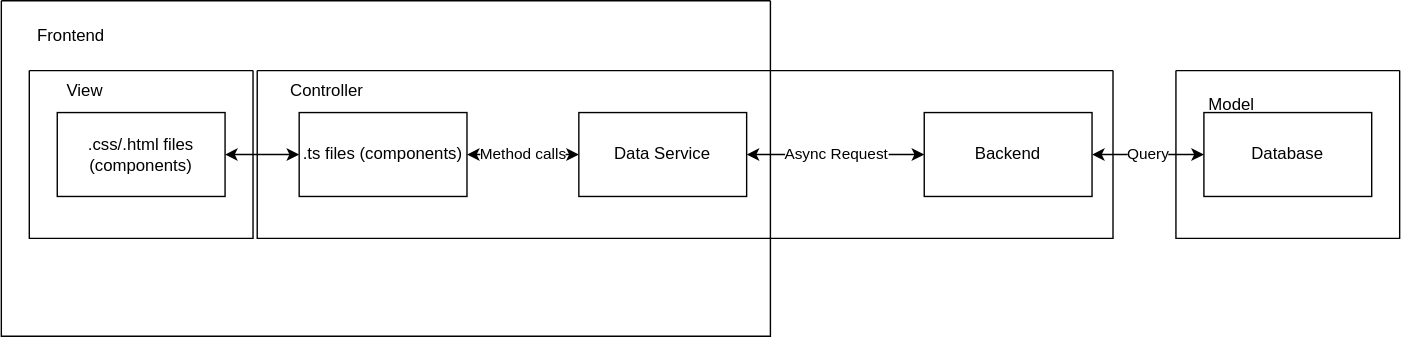
Before: MVC_STRUCTURE.drawio.svg, a diagram exported from draw.io (willizielke/FitnessWebAppDocumentation). Source tidied: cells renumbered, new cells last; positions are measured from the earlier drawing's top-left corner, leaving out a move shared by most shapes. The source it was exported from:
```xml
<mxGraphModel>
  <root>
    <mxCell id="0" />
    <mxCell id="1" parent="0" />
    <mxCell id="2" style="swimlane;startSize=0;" parent="1" vertex="1">
      <mxGeometry width="550" height="240" as="geometry" />
    </mxCell>
    <mxCell id="3" style="swimlane;startSize=0;" parent="2" vertex="1">
      <mxGeometry x="20" y="50" width="160" height="120" as="geometry" />
    </mxCell>
    <mxCell id="4" value=".css/.html files (components)" style="rounded=0;whiteSpace=wrap;html=1;" parent="3" vertex="1">
      <mxGeometry x="20" y="30" width="120" height="60" as="geometry" />
    </mxCell>
    <mxCell id="5" value="View" style="text;html=1;strokeColor=none;fillColor=none;align=center;verticalAlign=middle;whiteSpace=wrap;rounded=0;" parent="3" vertex="1">
      <mxGeometry x="10" width="60" height="30" as="geometry" />
    </mxCell>
    <mxCell id="6" style="swimlane;startSize=0;" parent="2" vertex="1">
      <mxGeometry x="183" y="50" width="612" height="120" as="geometry" />
    </mxCell>
    <mxCell id="7" value=".ts files (components)" style="rounded=0;whiteSpace=wrap;html=1;" parent="6" vertex="1">
      <mxGeometry x="30" y="30" width="120" height="60" as="geometry" />
    </mxCell>
    <mxCell id="8" value="Data Service" style="rounded=0;whiteSpace=wrap;html=1;" parent="6" vertex="1">
      <mxGeometry x="230" y="30" width="120" height="60" as="geometry" />
    </mxCell>
    <mxCell id="9" value="Controller" style="text;html=1;strokeColor=none;fillColor=none;align=center;verticalAlign=middle;whiteSpace=wrap;rounded=0;" parent="6" vertex="1">
      <mxGeometry x="20" width="60" height="30" as="geometry" />
    </mxCell>
    <mxCell id="10" value="Method calls" style="endArrow=classic;startArrow=classic;html=1;rounded=0;exitX=1;exitY=0.5;exitDx=0;exitDy=0;entryX=0;entryY=0.5;entryDx=0;entryDy=0;" parent="6" edge="1" source="7" target="8">
      <mxGeometry relative="1" as="geometry" />
    </mxCell>
    <mxCell id="11" value="Frontend" style="text;html=1;strokeColor=none;fillColor=none;align=center;verticalAlign=middle;whiteSpace=wrap;rounded=0;" parent="2" vertex="1">
      <mxGeometry x="20" y="10" width="60" height="30" as="geometry" />
    </mxCell>
    <mxCell id="12" style="endArrow=classic;startArrow=classic;html=1;rounded=0;exitX=1;exitY=0.5;exitDx=0;exitDy=0;entryX=0;entryY=0.5;entryDx=0;entryDy=0;" parent="2" edge="1" source="4" target="7">
      <mxGeometry relative="1" as="geometry" />
    </mxCell>
    <mxCell id="13" value="Backend" style="rounded=0;whiteSpace=wrap;html=1;" parent="1" vertex="1">
      <mxGeometry x="660" y="80" width="120" height="60" as="geometry" />
    </mxCell>
    <mxCell id="14" value="Database" style="rounded=0;whiteSpace=wrap;html=1;" parent="1" vertex="1">
      <mxGeometry x="860" y="80" width="120" height="60" as="geometry" />
    </mxCell>
    <mxCell id="15" value="Async Request" style="endArrow=classic;startArrow=classic;html=1;rounded=0;entryX=0;entryY=0.5;entryDx=0;entryDy=0;exitX=1;exitY=0.5;exitDx=0;exitDy=0;" parent="1" edge="1" source="8" target="13">
      <mxGeometry relative="1" as="geometry" />
    </mxCell>
    <mxCell id="16" value="Query" style="endArrow=classic;startArrow=classic;html=1;rounded=0;entryX=0;entryY=0.5;entryDx=0;entryDy=0;exitX=1;exitY=0.5;exitDx=0;exitDy=0;" parent="1" edge="1" source="13" target="14">
      <mxGeometry relative="1" as="geometry" />
    </mxCell>
    <mxCell id="17" style="swimlane;startSize=0;" parent="1" vertex="1">
      <mxGeometry x="840" y="50" width="160" height="120" as="geometry" />
    </mxCell>
    <mxCell id="18" value="Model" style="text;html=1;strokeColor=none;fillColor=none;align=center;verticalAlign=middle;whiteSpace=wrap;rounded=0;" parent="17" vertex="1">
      <mxGeometry x="10" y="10" width="60" height="30" as="geometry" />
    </mxCell>
  </root>
</mxGraphModel>
```
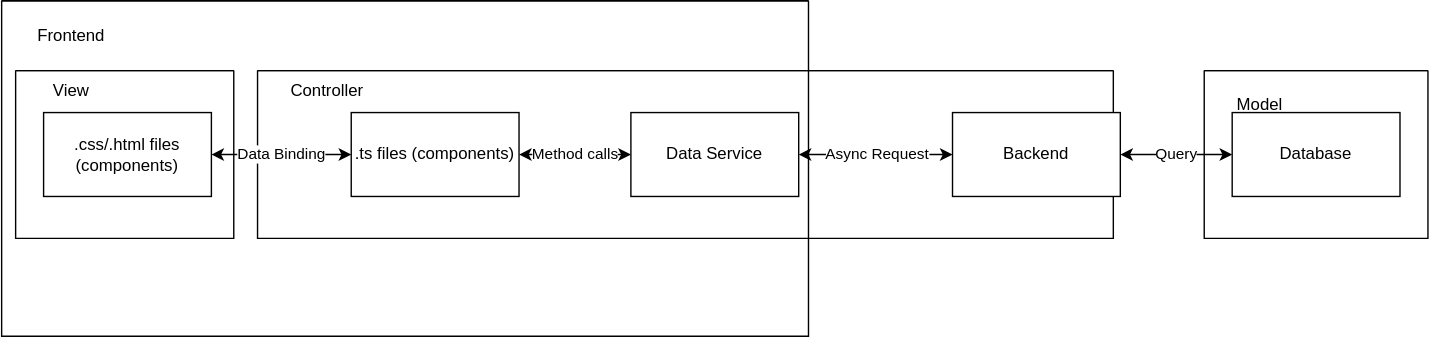
After the commit.

Commit message:
added deployment view and mvc structure

What changed in the source:
```diff
@@ -3,10 +3,10 @@
     <mxCell id="0" />
     <mxCell id="1" parent="0" />
     <mxCell id="2" style="swimlane;startSize=0;" parent="1" vertex="1">
-      <mxGeometry width="550" height="240" as="geometry" />
+      <mxGeometry x="-20" width="577" height="240" as="geometry" />
     </mxCell>
     <mxCell id="3" style="swimlane;startSize=0;" parent="2" vertex="1">
-      <mxGeometry x="20" y="50" width="160" height="120" as="geometry" />
+      <mxGeometry x="10" y="50" width="156" height="120" as="geometry" />
     </mxCell>
     <mxCell id="4" value=".css/.html files (components)" style="rounded=0;whiteSpace=wrap;html=1;" parent="3" vertex="1">
       <mxGeometry x="20" y="30" width="120" height="60" as="geometry" />
@@ -18,10 +18,10 @@
       <mxGeometry x="183" y="50" width="612" height="120" as="geometry" />
     </mxCell>
     <mxCell id="7" value=".ts files (components)" style="rounded=0;whiteSpace=wrap;html=1;" parent="6" vertex="1">
-      <mxGeometry x="30" y="30" width="120" height="60" as="geometry" />
+      <mxGeometry x="67" y="30" width="120" height="60" as="geometry" />
     </mxCell>
     <mxCell id="8" value="Data Service" style="rounded=0;whiteSpace=wrap;html=1;" parent="6" vertex="1">
-      <mxGeometry x="230" y="30" width="120" height="60" as="geometry" />
+      <mxGeometry x="267" y="30" width="120" height="60" as="geometry" />
     </mxCell>
     <mxCell id="9" value="Controller" style="text;html=1;strokeColor=none;fillColor=none;align=center;verticalAlign=middle;whiteSpace=wrap;rounded=0;" parent="6" vertex="1">
       <mxGeometry x="20" width="60" height="30" as="geometry" />
@@ -32,7 +32,7 @@
     <mxCell id="11" value="Frontend" style="text;html=1;strokeColor=none;fillColor=none;align=center;verticalAlign=middle;whiteSpace=wrap;rounded=0;" parent="2" vertex="1">
       <mxGeometry x="20" y="10" width="60" height="30" as="geometry" />
     </mxCell>
-    <mxCell id="12" style="endArrow=classic;startArrow=classic;html=1;rounded=0;exitX=1;exitY=0.5;exitDx=0;exitDy=0;entryX=0;entryY=0.5;entryDx=0;entryDy=0;" parent="2" edge="1" source="4" target="7">
+    <mxCell id="12" value="Data Binding" style="endArrow=classic;startArrow=classic;html=1;rounded=0;exitX=1;exitY=0.5;exitDx=0;exitDy=0;entryX=0;entryY=0.5;entryDx=0;entryDy=0;" parent="2" edge="1" source="4" target="7">
       <mxGeometry relative="1" as="geometry" />
     </mxCell>
     <mxCell id="13" value="Backend" style="rounded=0;whiteSpace=wrap;html=1;" parent="1" vertex="1">
```
